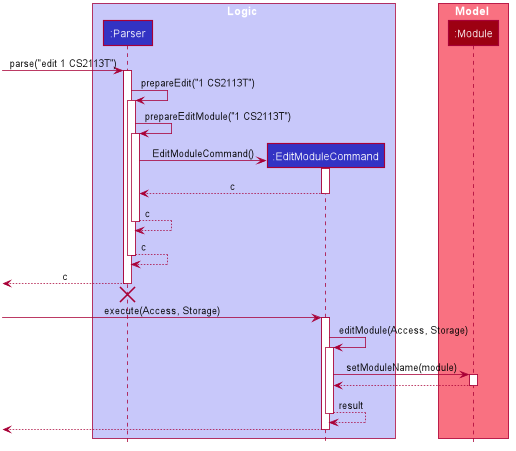
Before: docs/DG_Images/LogicSequenceDiagram.png, a diagram exported from PlantUML (nus-cs2113-AY2021S1/tp).
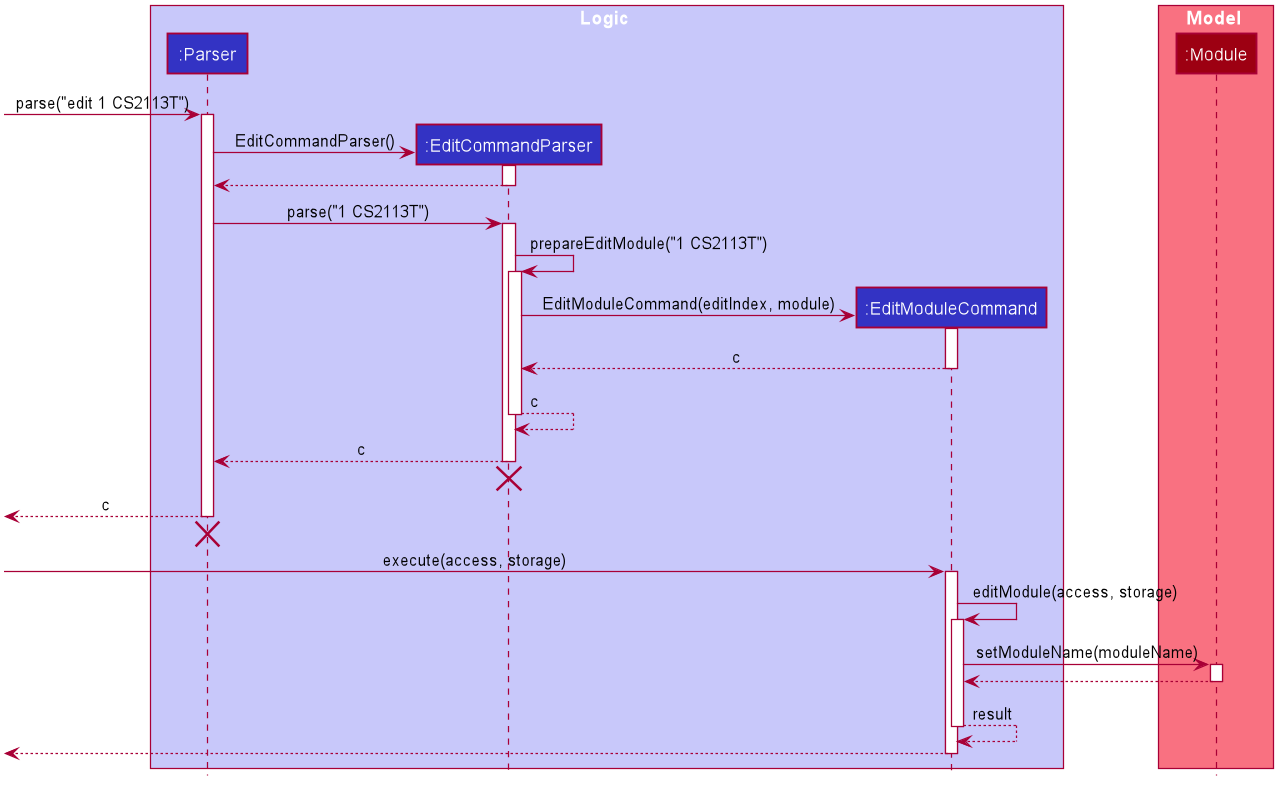
The same diagram one commit later.

The edit, as a diff of the source:
```diff
@@ -43,6 +43,8 @@
 skinparam Shadowing false
 skinparam DefaultTextAlignment center
 skinparam packageStyle Rectangle
+skinparam classAttributeIconSize 0
+skinparam classAttributeFontColor white
 
 hide footbox
 hide members
@@ -50,6 +52,7 @@
 
 box Logic #C8C8FA
 participant ":Parser" as Parser #3333C4
+participant ":EditCommandParser" as EditCommandParser #3333C4
 participant ":EditModuleCommand" as EditModuleCommand #3333C4
 end box
 
@@ -60,37 +63,46 @@
 [-> Parser : parse("edit 1 CS2113T")
 activate Parser
 
-Parser ->  Parser : prepareEdit("1 CS2113T")
-activate Parser
+create EditCommandParser
+Parser -> EditCommandParser : EditCommandParser()
+activate EditCommandParser
 
-Parser ->  Parser : prepareEditModule("1 CS2113T")
-activate Parser
+EditCommandParser --> Parser
+deactivate EditCommandParser
+
+Parser -> EditCommandParser : parse("1 CS2113T")
+activate EditCommandParser
+
+EditCommandParser -> EditCommandParser : prepareEditModule("1 CS2113T")
+activate EditCommandParser
 
 create EditModuleCommand
-Parser -> EditModuleCommand : EditModuleCommand()
+EditCommandParser -> EditModuleCommand : EditModuleCommand(editIndex, module)
 activate EditModuleCommand
 
-EditModuleCommand --> Parser : c
+EditModuleCommand --> EditCommandParser : c
 deactivate EditModuleCommand
 
-Parser --> Parser : c
-deactivate Parser
+EditCommandParser --> EditCommandParser : c
+deactivate EditCommandParser
 
-Parser --> Parser : c
-deactivate Parser
+EditCommandParser --> Parser : c
+deactivate EditCommandParser
+[<-[hidden]- EditCommandParser
+destroy EditCommandParser
 
 [<-- Parser : c
 deactivate Parser
 [<-[hidden]- Parser
 destroy Parser
 
-[-> EditModuleCommand : execute(Access, Storage)
+[-> EditModuleCommand : execute(access, storage)
 activate EditModuleCommand
 
-EditModuleCommand -> EditModuleCommand : editModule(Access, Storage)
+EditModuleCommand -> EditModuleCommand : editModule(access, storage)
 activate EditModuleCommand
 
-EditModuleCommand -> Module : setModuleName(module)
+EditModuleCommand -> Module : setModuleName(moduleName)
 activate Module
 
 Module --> EditModuleCommand
```
